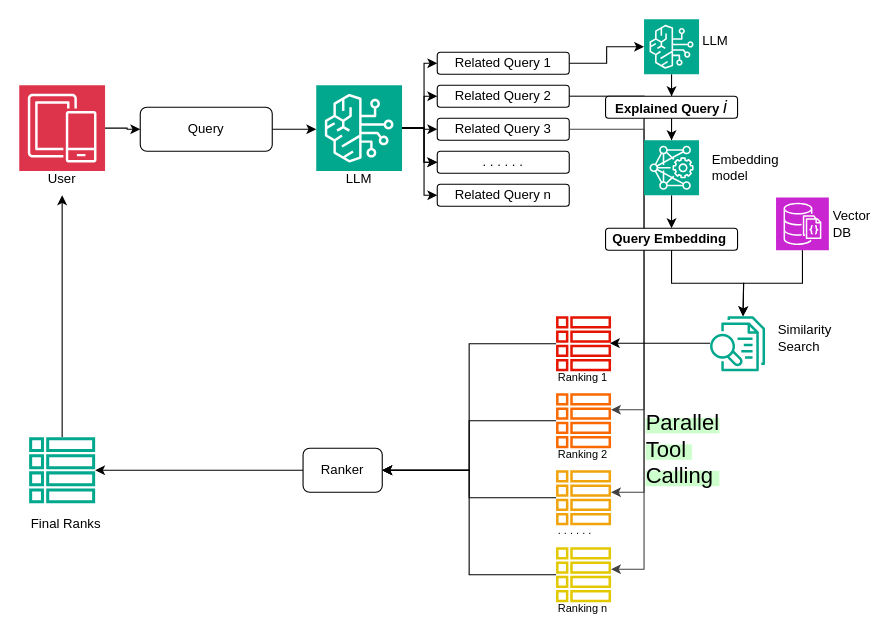
Earlier version of the draw.io diagram Untitled Diagram.drawio (piyushk6626/YCAtlas). Source tidied: cells renumbered, new cells numbered last; positions are measured from the earlier drawing's top-left corner, leaving out a move shared by most shapes. Both pictures are drawn from the tidied source at 110%, with x=0, y=0 at pixel (19, 19).
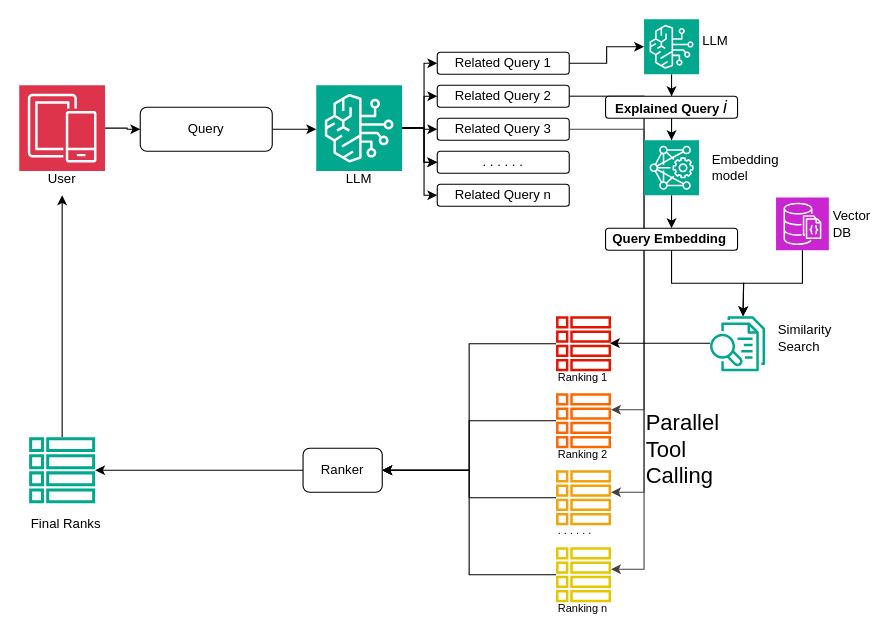
After the change.

What changed in the source:
```diff
@@
-    <mxCell id="57" value="&lt;span style=&quot;text-align: center; background-color: rgb(204, 255, 204);&quot;&gt;&lt;font style=&quot;font-size: 20px;&quot;&gt;Parallel&lt;br&gt;Tool&amp;nbsp;&lt;br&gt;Calling&amp;nbsp;&lt;/font&gt;&lt;/span&gt;" style="text;html=1;align=left;verticalAlign=middle;whiteSpace=wrap;rounded=0;" parent="1" vertex="1">
+    <mxCell id="57" value="&lt;span style=&quot;text-align: center;&quot;&gt;&lt;font style=&quot;font-size: 20px;&quot;&gt;Parallel&lt;br&gt;Tool&amp;nbsp;&lt;br&gt;Calling&amp;nbsp;&lt;/font&gt;&lt;/span&gt;" style="text;html=1;align=left;verticalAlign=middle;whiteSpace=wrap;rounded=0;" parent="1" vertex="1">
       <mxGeometry x="568" y="340" width="80" height="100" as="geometry" />
     </mxCell>
```
